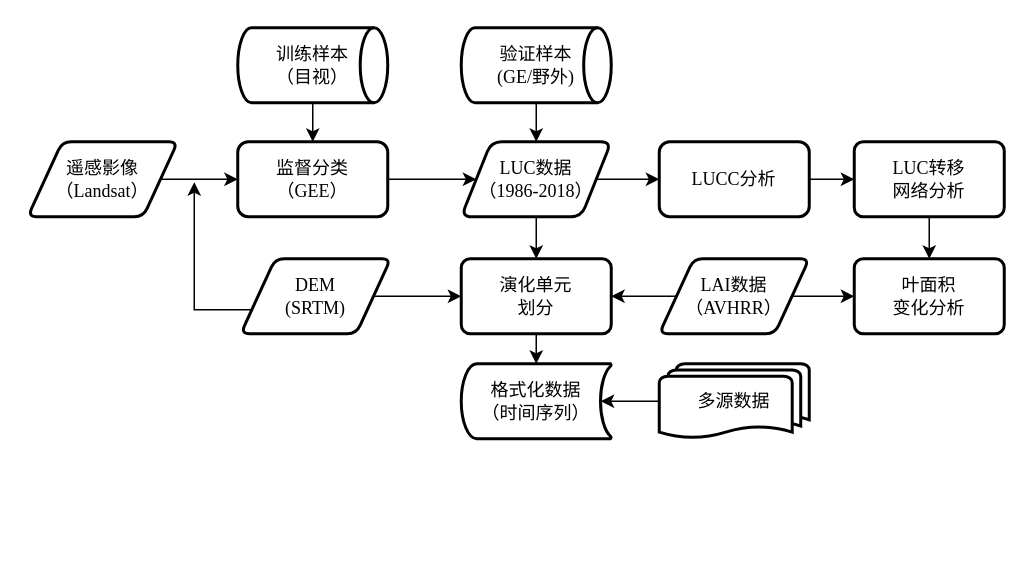
THRILLERLEMON/Draw.IO keeps this draw.io diagram as NEW_网络视角下的黄河绿化.drawio. Above is the earlier version. Source tidied: cells renumbered, new cells numbered last; positions are measured from the earlier drawing's top-left corner, leaving out a move shared by most shapes. Both pictures are drawn from the tidied source at 150%, with x=0, y=0 at pixel (27, 27).
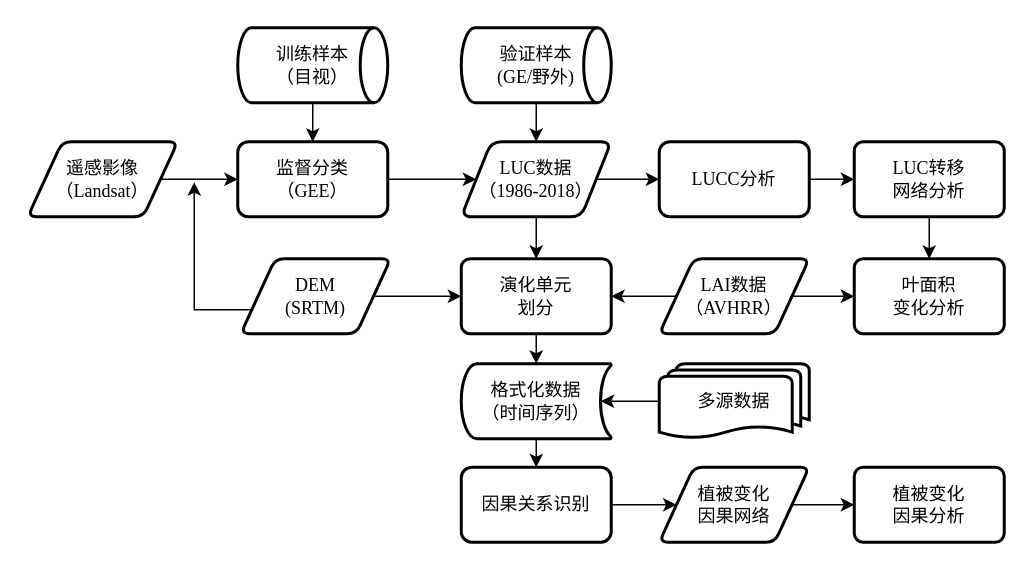
The same page after the edit.

Commit message (it also covers changes not shown here):
Update NEW_网络视角下的黄河绿化.drawio

The change refers to these unchanged cells:
```xml
<mxCell id="19" value="格式化数据&lt;br style=&quot;font-size: 12px;&quot;&gt;（时间序列）" style="strokeWidth=2;html=1;shape=mxgraph.flowchart.stored_data;whiteSpace=wrap;fontFamily=Times New Roman;fontSize=12;" parent="1" vertex="1">
  <mxGeometry x="289" y="224" width="100" height="50" as="geometry" />
</mxCell>
```

Change to the diagram source:
```diff
@@
+    <mxCell id="29" style="edgeStyle=orthogonalEdgeStyle;rounded=0;jettySize=auto;html=1;exitX=0.5;exitY=1;exitDx=0;exitDy=0;exitPerimeter=0;entryX=0.5;entryY=0;entryDx=0;entryDy=0;" parent="1" edge="1" source="19" target="31">
+      <mxGeometry relative="1" as="geometry" />
+    </mxCell>
@@
+    <mxCell id="30" style="edgeStyle=orthogonalEdgeStyle;rounded=0;jettySize=auto;html=1;exitX=1;exitY=0.5;exitDx=0;exitDy=0;entryX=0;entryY=0.5;entryDx=0;entryDy=0;" parent="1" edge="1" source="31" target="33">
+      <mxGeometry relative="1" as="geometry" />
+    </mxCell>
+    <mxCell id="31" value="因果关系识别" style="whiteSpace=wrap;html=1;rounded=1;strokeWidth=2;arcSize=14;fontFamily=Times New Roman;fontSize=12;" parent="1" vertex="1">
+      <mxGeometry x="289" y="293" width="100" height="50" as="geometry" />
+    </mxCell>
+    <mxCell id="32" style="edgeStyle=orthogonalEdgeStyle;rounded=0;jettySize=auto;html=1;exitX=1;exitY=0.5;exitDx=0;exitDy=0;entryX=0;entryY=0.5;entryDx=0;entryDy=0;" parent="1" edge="1" source="33" target="34">
+      <mxGeometry relative="1" as="geometry" />
+    </mxCell>
+    <mxCell id="33" value="植被变化&lt;br&gt;因果网络" style="shape=parallelogram;html=1;strokeWidth=2;perimeter=parallelogramPerimeter;whiteSpace=wrap;rounded=1;arcSize=12;size=0.23;fontFamily=Times New Roman;fontSize=12;" parent="1" vertex="1">
+      <mxGeometry x="421" y="293" width="100" height="50" as="geometry" />
+    </mxCell>
+    <mxCell id="34" value="植被变化&lt;br&gt;因果分析" style="whiteSpace=wrap;html=1;rounded=1;strokeWidth=2;arcSize=12;fontFamily=Times New Roman;fontSize=12;" parent="1" vertex="1">
+      <mxGeometry x="551" y="293" width="100" height="50" as="geometry" />
+    </mxCell>
```
